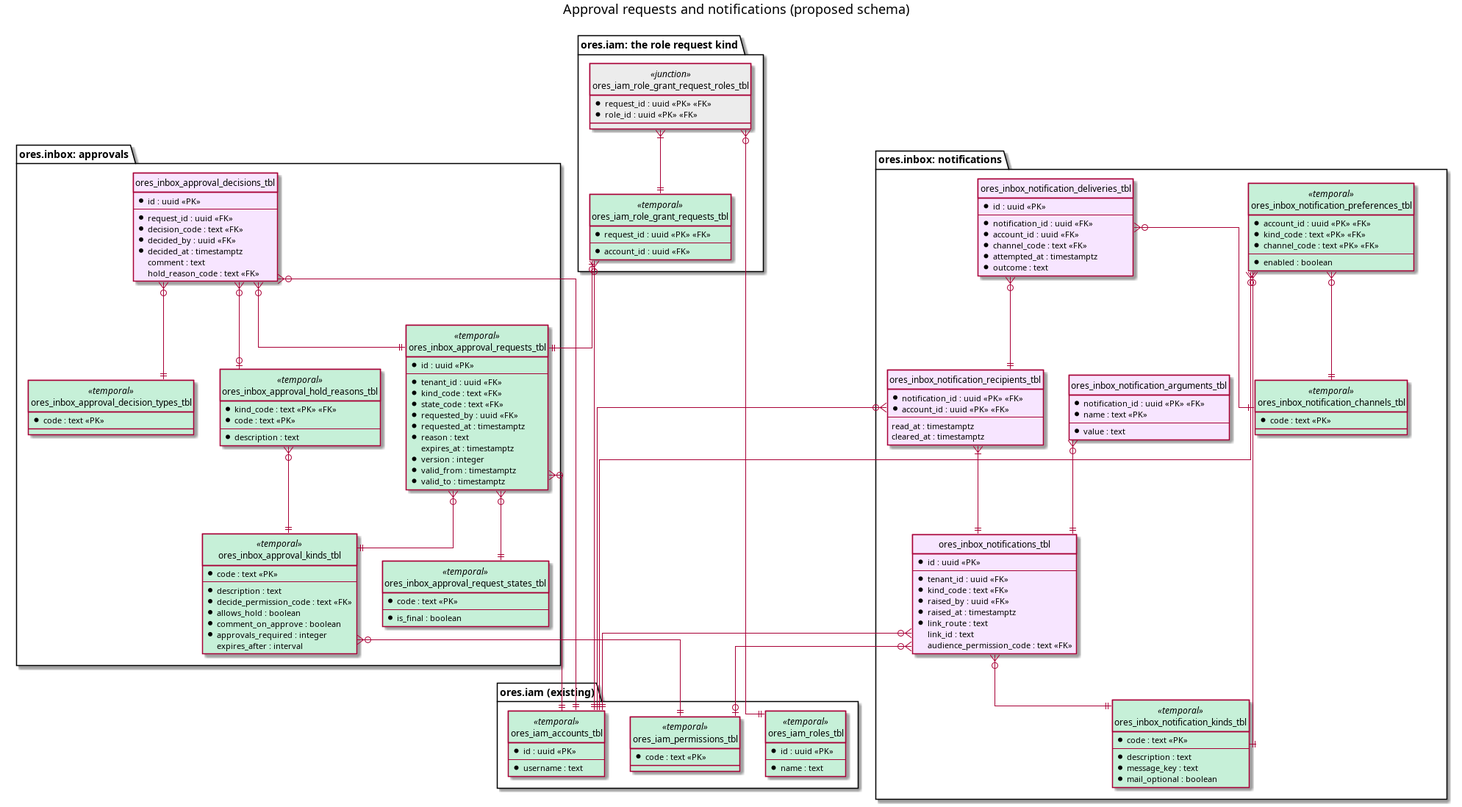
The PlantUML diagram doc/knowledge/architecture/approval_and_notification_schema.png in OreStudio/OreStudio, before a commit. Its source is kept beside it as doc/knowledge/architecture/approval_and_notification_schema.puml. Source of this version:
```plantuml
@startuml

title Approval requests and notifications (proposed schema)
hide circle
skinparam linetype ortho

package "ores.iam (existing)" {
  entity ores_iam_accounts_tbl <<temporal>> #C6F0D8 {
    * id : uuid <<PK>>
    --
    * username : text
  }
  entity ores_iam_roles_tbl <<temporal>> #C6F0D8 {
    * id : uuid <<PK>>
    --
    * name : text
  }
  entity ores_iam_permissions_tbl <<temporal>> #C6F0D8 {
    * code : text <<PK>>
  }
}

package "ores.inbox: approvals" {
  entity ores_inbox_approval_kinds_tbl <<temporal>> #C6F0D8 {
    * code : text <<PK>>
    --
    * description : text
    * decide_permission_code : text <<FK>>
    * allows_hold : boolean
    * comment_on_approve : boolean
    * approvals_required : integer
    expires_after : interval
  }
  entity ores_inbox_approval_request_states_tbl <<temporal>> #C6F0D8 {
    * code : text <<PK>>
    --
    * is_final : boolean
  }
  entity ores_inbox_approval_decision_types_tbl <<temporal>> #C6F0D8 {
    * code : text <<PK>>
  }
  entity ores_inbox_approval_hold_reasons_tbl <<temporal>> #C6F0D8 {
    * kind_code : text <<PK>> <<FK>>
    * code : text <<PK>>
    --
    * description : text
  }
  entity ores_inbox_approval_requests_tbl <<temporal>> #C6F0D8 {
    * id : uuid <<PK>>
    --
    * tenant_id : uuid <<FK>>
    * kind_code : text <<FK>>
    * state_code : text <<FK>>
    * requested_by : uuid <<FK>>
    * requested_at : timestamptz
    * reason : text
    expires_at : timestamptz
    * version : integer
    * valid_from : timestamptz
    * valid_to : timestamptz
  }
  entity ores_inbox_approval_decisions_tbl #F7E5FF {
    * id : uuid <<PK>>
    --
    * request_id : uuid <<FK>>
    * decision_code : text <<FK>>
    * decided_by : uuid <<FK>>
    * decided_at : timestamptz
    comment : text
    hold_reason_code : text <<FK>>
  }
}

package "ores.iam: the role request kind" {
  entity ores_iam_role_grant_requests_tbl <<temporal>> #C6F0D8 {
    * request_id : uuid <<PK>> <<FK>>
    --
    * account_id : uuid <<FK>>
  }
  entity ores_iam_role_grant_request_roles_tbl <<junction>> #ECECEC {
    * request_id : uuid <<PK>> <<FK>>
    * role_id : uuid <<PK>> <<FK>>
  }
}

package "ores.inbox: notifications" {
  entity ores_inbox_notification_kinds_tbl <<temporal>> #C6F0D8 {
    * code : text <<PK>>
    --
    * description : text
    * message_key : text
    * mail_optional : boolean
  }
  entity ores_inbox_notification_channels_tbl <<temporal>> #C6F0D8 {
    * code : text <<PK>>
  }
  entity ores_inbox_notifications_tbl #F7E5FF {
    * id : uuid <<PK>>
    --
    * tenant_id : uuid <<FK>>
    * kind_code : text <<FK>>
    * raised_by : uuid <<FK>>
    * raised_at : timestamptz
    * link_route : text
    link_id : text
    audience_permission_code : text <<FK>>
  }
  entity ores_inbox_notification_arguments_tbl #F7E5FF {
    * notification_id : uuid <<PK>> <<FK>>
    * name : text <<PK>>
    --
    * value : text
  }
  entity ores_inbox_notification_recipients_tbl #F7E5FF {
    * notification_id : uuid <<PK>> <<FK>>
    * account_id : uuid <<PK>> <<FK>>
    --
    read_at : timestamptz
    cleared_at : timestamptz
  }
  entity ores_inbox_notification_deliveries_tbl #F7E5FF {
    * id : uuid <<PK>>
    --
    * notification_id : uuid <<FK>>
    * account_id : uuid <<FK>>
    * channel_code : text <<FK>>
    * attempted_at : timestamptz
    * outcome : text
  }
  entity ores_inbox_notification_preferences_tbl <<temporal>> #C6F0D8 {
    * account_id : uuid <<PK>> <<FK>>
    * kind_code : text <<PK>> <<FK>>
    * channel_code : text <<PK>> <<FK>>
    --
    * enabled : boolean
  }
}

ores_inbox_approval_kinds_tbl }o--|| ores_iam_permissions_tbl
ores_inbox_approval_requests_tbl }o--|| ores_inbox_approval_kinds_tbl
ores_inbox_approval_requests_tbl }o--|| ores_inbox_approval_request_states_tbl
ores_inbox_approval_requests_tbl }o--|| ores_iam_accounts_tbl
ores_inbox_approval_hold_reasons_tbl }o--|| ores_inbox_approval_kinds_tbl
ores_inbox_approval_decisions_tbl }o--|| ores_inbox_approval_requests_tbl
ores_inbox_approval_decisions_tbl }o--|| ores_inbox_approval_decision_types_tbl
ores_inbox_approval_decisions_tbl }o--|| ores_iam_accounts_tbl
ores_inbox_approval_decisions_tbl }o--o| ores_inbox_approval_hold_reasons_tbl
ores_iam_role_grant_requests_tbl |o--|| ores_inbox_approval_requests_tbl
ores_iam_role_grant_requests_tbl }o--|| ores_iam_accounts_tbl
ores_iam_role_grant_request_roles_tbl }|--|| ores_iam_role_grant_requests_tbl
ores_iam_role_grant_request_roles_tbl }o--|| ores_iam_roles_tbl

ores_inbox_notifications_tbl }o--|| ores_inbox_notification_kinds_tbl
ores_inbox_notifications_tbl }o--|| ores_iam_accounts_tbl
ores_inbox_notifications_tbl }o--o| ores_iam_permissions_tbl
ores_inbox_notification_arguments_tbl }o--|| ores_inbox_notifications_tbl
ores_inbox_notification_recipients_tbl }|--|| ores_inbox_notifications_tbl
ores_inbox_notification_recipients_tbl }o--|| ores_iam_accounts_tbl
ores_inbox_notification_deliveries_tbl }o--|| ores_inbox_notification_recipients_tbl
ores_inbox_notification_deliveries_tbl }o--|| ores_inbox_notification_channels_tbl
ores_inbox_notification_preferences_tbl }o--|| ores_iam_accounts_tbl
ores_inbox_notification_preferences_tbl }o--|| ores_inbox_notification_kinds_tbl
ores_inbox_notification_preferences_tbl }o--|| ores_inbox_notification_channels_tbl

@enduml
```
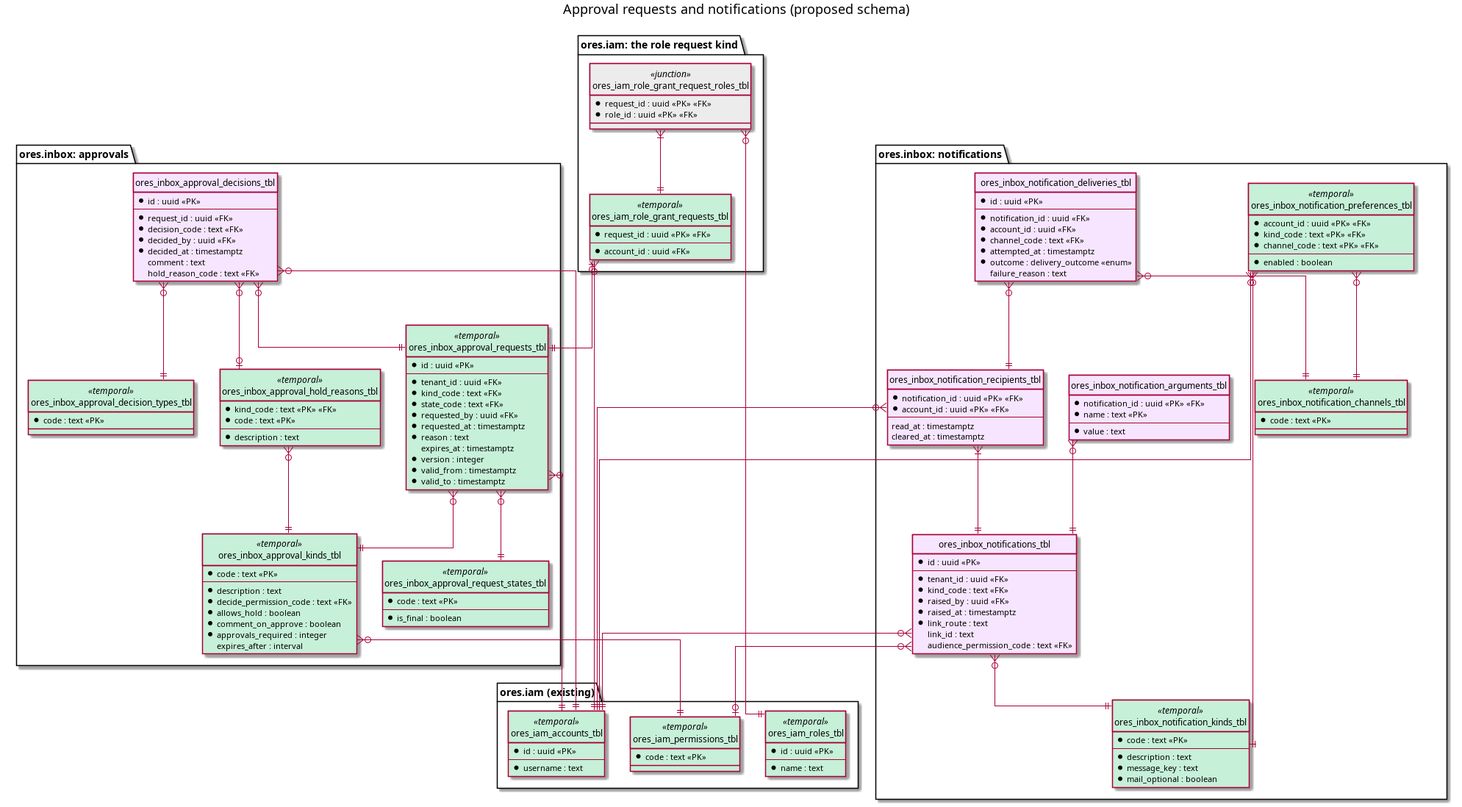
The same diagram one commit later.

Commit message:
[doc] Make the delivery outcome an enum

A delivery's outcome is pending, delivered or failed, with a failure
reason, following the enum column pattern the models use.

Story-ID: D5A29471-B0E3-4C69-B7CE-3477752C8ED7
Task-ID: 7822F25D-E5A3-4AB4-B822-373E7605CC5D
Environment: eager_maxwell

Diff of the diagram source:
```diff
@@ -125,7 +125,8 @@
     * account_id : uuid <<FK>>
     * channel_code : text <<FK>>
     * attempted_at : timestamptz
-    * outcome : text
+    * outcome : delivery_outcome <<enum>>
+    failure_reason : text
   }
   entity ores_inbox_notification_preferences_tbl <<temporal>> #C6F0D8 {
     * account_id : uuid <<PK>> <<FK>>
```
